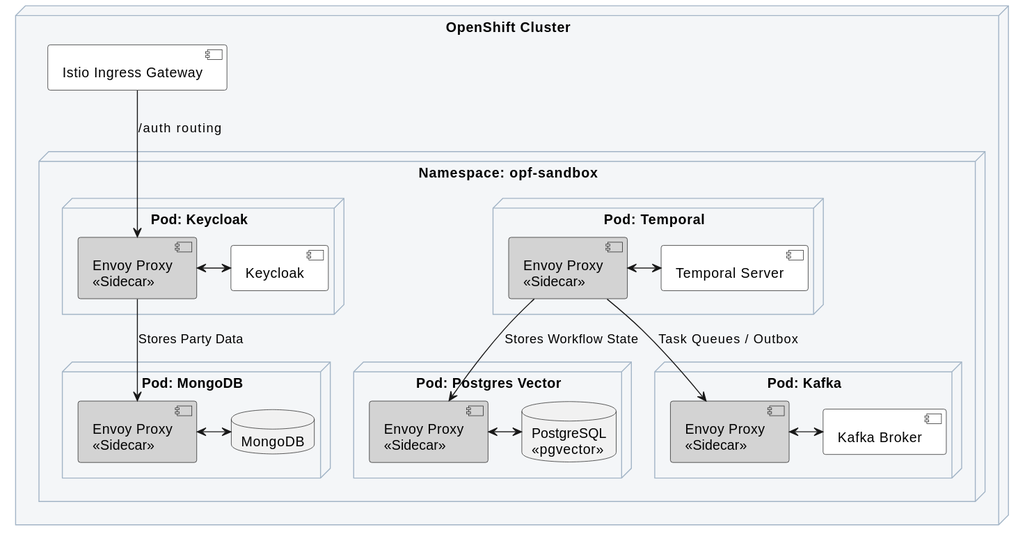
Earlier version of the PlantUML export docs/diagrams/Deployment_Sandbox.svg (COPUR/OPF-Agentive-Platform).
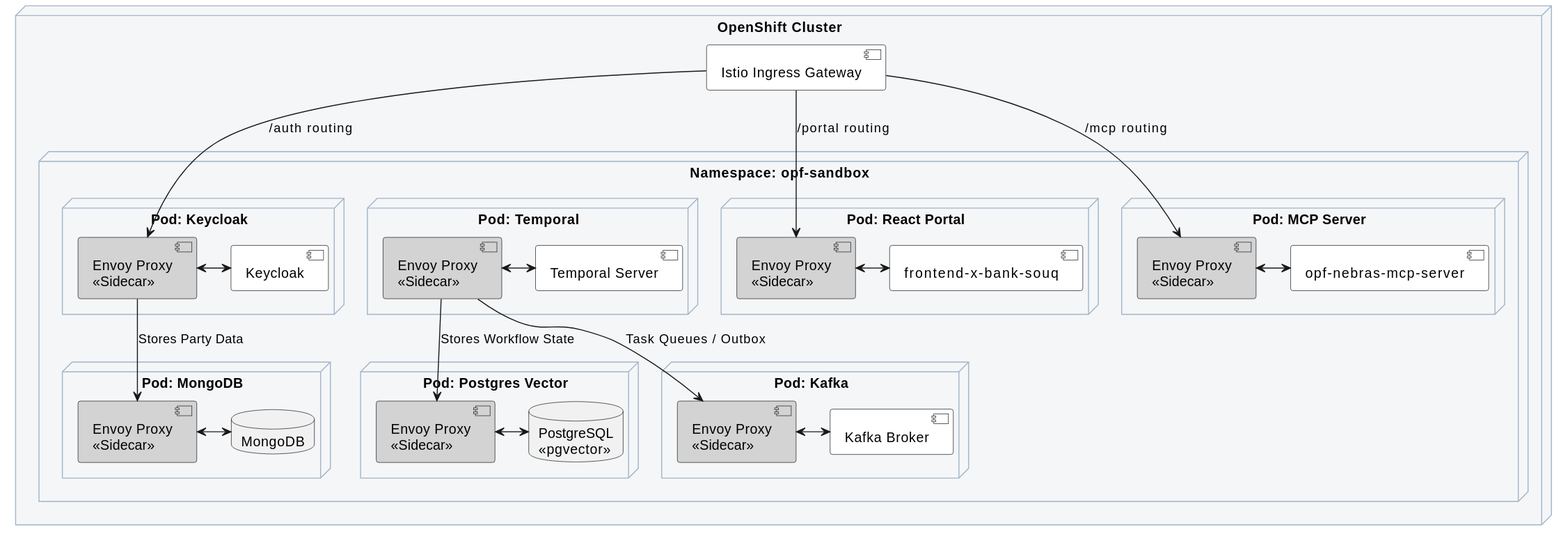
Later version of the same file.

Diff of the diagram source:
```diff
@@ -42,8 +42,21 @@
             component "Kafka Broker" as kafka
             e5 <-> kafka
         }
+        node "Pod: React Portal" {
+            component "Envoy Proxy\n<<Sidecar>>" as e6 #lightgrey
+            component "frontend-x-bank-souq" as portal
+            e6 <-> portal
+        }
+
+        node "Pod: MCP Server" {
+            component "Envoy Proxy\n<<Sidecar>>" as e7 #lightgrey
+            component "opf-nebras-mcp-server" as mcp
+            e7 <-> mcp
+        }
     }
 
+    ingress --> e6 : /portal routing
+    ingress --> e7 : /mcp routing
     ingress --> e1 : /auth routing
     e1 --> e2 : Stores Party Data
     e3 --> e4 : Stores Workflow State
```
